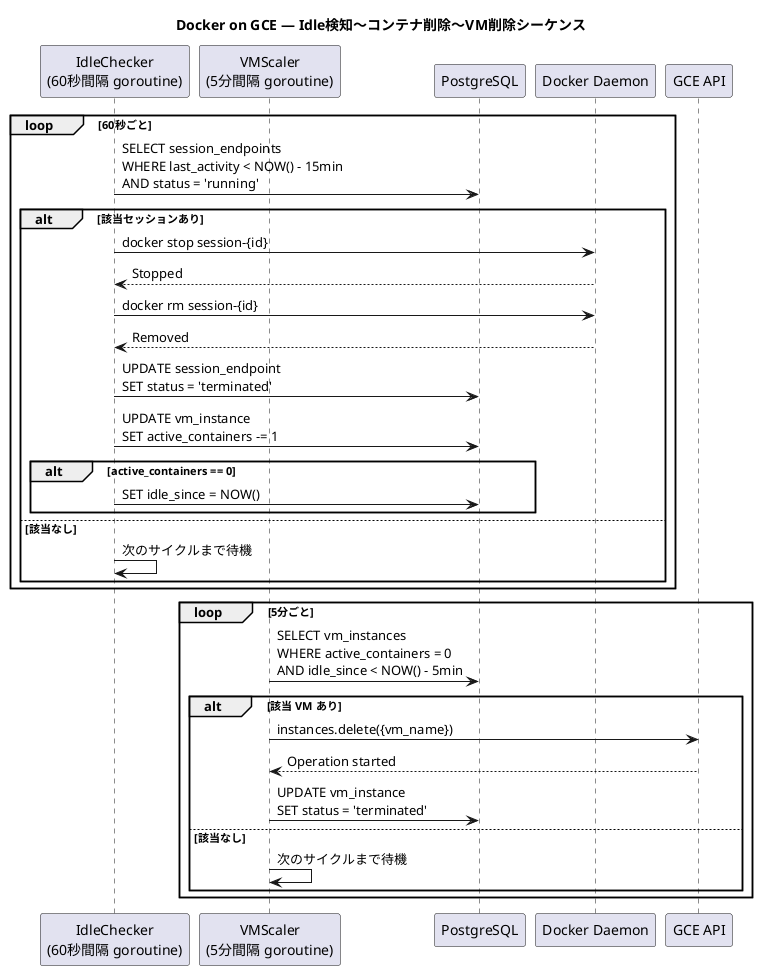
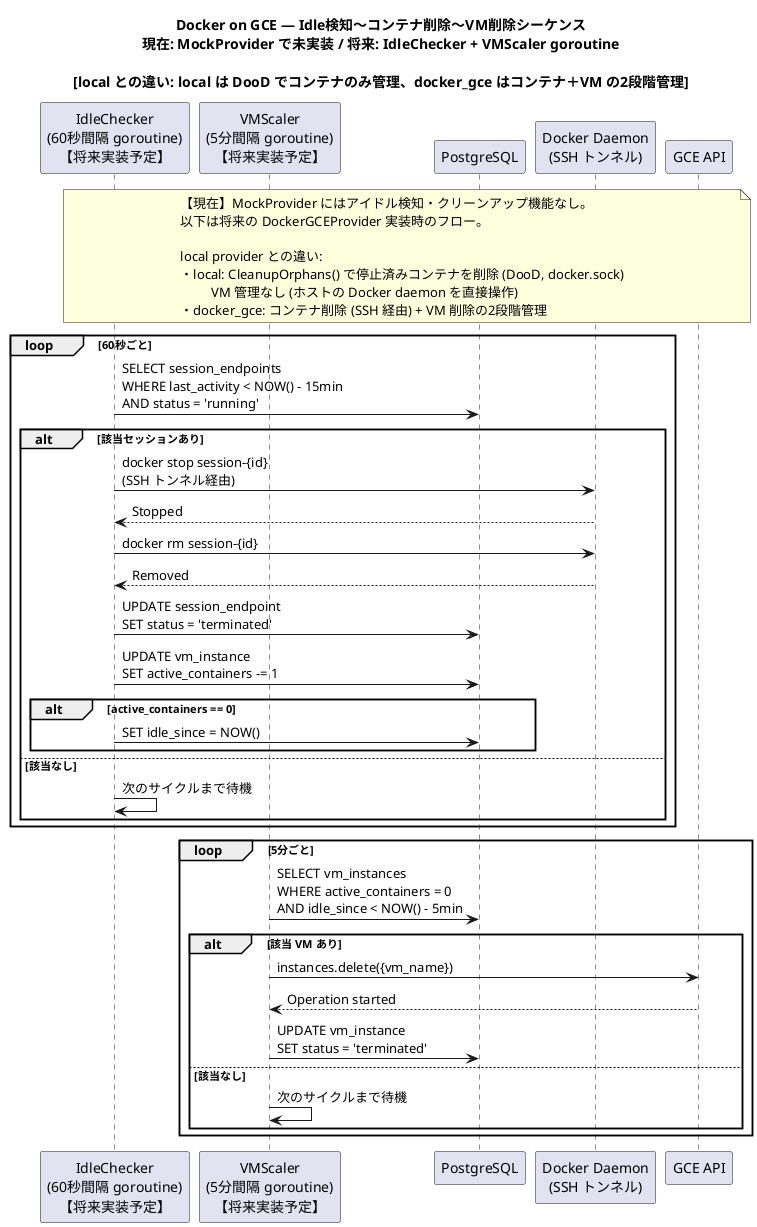
@startuml docker_gce_idle_cleanup
' Idle検知〜コンテナ削除〜GCE削除のシーケンス図
- title Docker on GCE — Idle検知〜コンテナ削除〜VM削除シーケンス
+ ' 現在: MockProvider で未実装 / 将来: IdleChecker + VMScaler goroutine
+ title Docker on GCE — Idle検知〜コンテナ削除〜VM削除シーケンス\n現在: MockProvider で未実装 / 将来: IdleChecker + VMScaler goroutine\n\n[local との違い: local は DooD でコンテナのみ管理、docker_gce はコンテナ＋VM の2段階管理]

- participant "IdleChecker\n(60秒間隔 goroutine)" as IdleChecker
- participant "VMScaler\n(5分間隔 goroutine)" as VMScaler
+ participant "IdleChecker\n(60秒間隔 goroutine)\n【将来実装予定】" as IdleChecker
+ participant "VMScaler\n(5分間隔 goroutine)\n【将来実装予定】" as VMScaler
participant PostgreSQL as DB
- participant "Docker Daemon" as Docker
+ participant "Docker Daemon\n(SSH トンネル)" as Docker
participant "GCE API" as GCEAPI
+ 
+ note over IdleChecker, GCEAPI
+   【現在】MockProvider にはアイドル検知・クリーンアップ機能なし。
+   以下は将来の DockerGCEProvider 実装時のフロー。
+ 
+   local provider との違い:
+   ・local: CleanupOrphans() で停止済みコンテナを削除 (DooD, docker.sock)
+            VM 管理なし (ホストの Docker daemon を直接操作)
+   ・docker_gce: コンテナ削除 (SSH 経由) + VM 削除の2段階管理
+ end note

loop 60秒ごと
  IdleChecker -> DB: SELECT session_endpoints\nWHERE last_activity < NOW() - 15min\nAND status = 'running'
  alt 該当セッションあり
-     IdleChecker -> Docker: docker stop session-{id}
+     IdleChecker -> Docker: docker stop session-{id}\n(SSH トンネル経由)
    Docker --> IdleChecker: Stopped
    IdleChecker -> Docker: docker rm session-{id}
    Docker --> IdleChecker: Removed
    IdleChecker -> DB: UPDATE session_endpoint\nSET status = 'terminated'
    IdleChecker -> DB: UPDATE vm_instance\nSET active_containers -= 1
    alt active_containers == 0
      IdleChecker -> DB: SET idle_since = NOW()
    end
  else 該当なし
    IdleChecker -> IdleChecker: 次のサイクルまで待機
  end
end

loop 5分ごと
  VMScaler -> DB: SELECT vm_instances\nWHERE active_containers = 0\nAND idle_since < NOW() - 5min
  alt 該当 VM あり
    VMScaler -> GCEAPI: instances.delete({vm_name})
    GCEAPI --> VMScaler: Operation started
    VMScaler -> DB: UPDATE vm_instance\nSET status = 'terminated'
  else 該当なし
    VMScaler -> VMScaler: 次のサイクルまで待機
  end
end

@enduml
